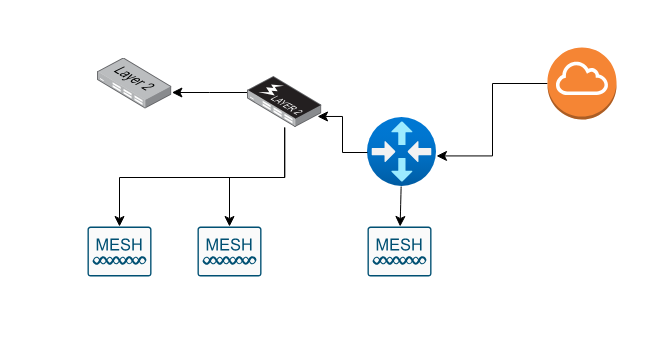
Earlier version of the draw.io diagram Network.drawio (Alfagov/Alfagov). Source tidied: cells renumbered, new cells numbered last; positions are measured from the earlier drawing's top-left corner, leaving out a move shared by most shapes. Both pictures are drawn from the tidied source at 100%, with x=0, y=0 at pixel (87, 47).
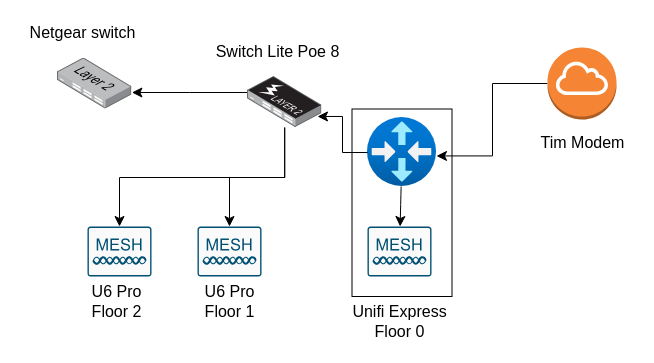
After the change.

Diff of the diagram source:
```diff
@@
+    <mxCell id="15" style="rounded=0;whiteSpace=wrap;html=1;fontSize=16;" parent="1" vertex="1">
+      <mxGeometry x="264.5" y="61.5" width="100" height="187.5" as="geometry" />
+    </mxCell>
@@
     <mxCell id="8" style="image;points=[];html=1;align=center;shadow=0;dashed=0;image=img/lib/allied_telesis/switch/Switch_24_port_L2.svg;fontSize=16;" parent="1" vertex="1">
-      <mxGeometry x="10" y="10.5" width="74.4" height="51" as="geometry" />
+      <mxGeometry x="-30" y="10.5" width="74.4" height="51" as="geometry" />
     </mxCell>
@@
+    <mxCell id="16" value="U6 Pro&lt;br&gt;Floor 1" style="text;html=1;align=center;verticalAlign=middle;strokeColor=none;fillColor=none;fontSize=16;" parent="1" vertex="1">
+      <mxGeometry x="107" y="229" width="70" height="50" as="geometry" />
+    </mxCell>
+    <mxCell id="17" value="U6 Pro&lt;br&gt;Floor 2" style="text;html=1;align=center;verticalAlign=middle;strokeColor=none;fillColor=none;fontSize=16;" parent="1" vertex="1">
+      <mxGeometry x="-6" y="229" width="70" height="50" as="geometry" />
+    </mxCell>
+    <mxCell id="18" value="Unifi Express&lt;br&gt;Floor 0" style="text;html=1;align=center;verticalAlign=middle;strokeColor=none;fillColor=none;fontSize=16;" parent="1" vertex="1">
+      <mxGeometry x="252" y="249" width="120" height="50" as="geometry" />
+    </mxCell>
+    <mxCell id="19" value="Tim Modem" style="text;html=1;align=center;verticalAlign=middle;strokeColor=none;fillColor=none;fontSize=16;" parent="1" vertex="1">
+      <mxGeometry x="439.5" y="80" width="110" height="30" as="geometry" />
+    </mxCell>
+    <mxCell id="20" value="Switch Lite Poe 8" style="text;html=1;align=center;verticalAlign=middle;strokeColor=none;fillColor=none;fontSize=16;" parent="1" vertex="1">
+      <mxGeometry x="114.5" y="-11" width="150" height="30" as="geometry" />
+    </mxCell>
+    <mxCell id="21" value="Netgear switch" style="text;html=1;align=center;verticalAlign=middle;strokeColor=none;fillColor=none;fontSize=16;" parent="1" vertex="1">
+      <mxGeometry x="-70" y="-30" width="130" height="30" as="geometry" />
+    </mxCell>
```
